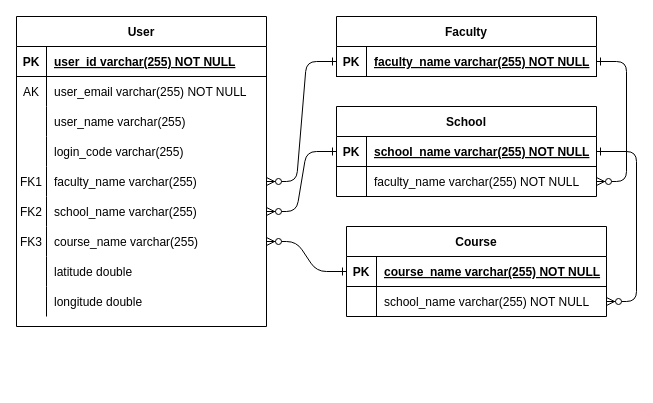
Earlier version of the draw.io diagram page "Page-1" (1 of 2) of Graduation-Gathering/ERD.drawio (AdamMurray22/Graduation-Gathering). Source tidied: cells renumbered, new cells numbered last; positions are measured from the earlier drawing's top-left corner, leaving out a move shared by most shapes. Both pictures are drawn from the tidied source at 100%, with x=0, y=0 at pixel (16, 16).
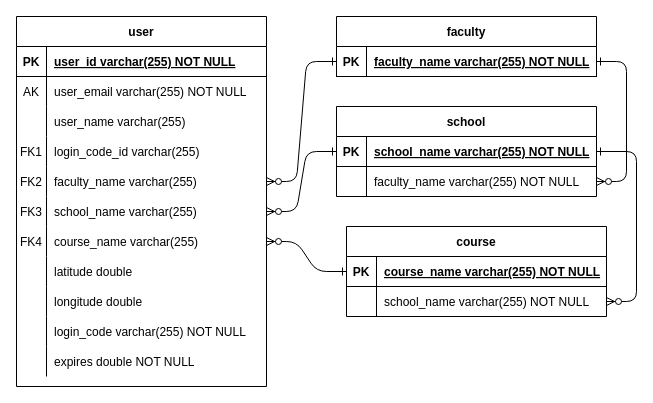
The same diagram, later.

The change refers to these unchanged cells:
```xml
<mxCell id="12" style="shape=partialRectangle;fillColor=none;top=0;left=0;right=0;bottom=0;" parent="2" vertex="1">
  <mxGeometry y="120" width="250" height="30" as="geometry" />
</mxCell>
```

Diff of the diagram source:
```diff
@@
-    <mxCell id="2" value="User" style="shape=table;startSize=30;childLayout=tableLayout;rowLines=0;fontStyle=1;align=center;" parent="1" vertex="1">
-      <mxGeometry width="250" height="310" as="geometry" />
+    <mxCell id="2" value="user" style="shape=table;startSize=30;childLayout=tableLayout;rowLines=0;fontStyle=1;align=center;" parent="1" vertex="1">
+      <mxGeometry width="250" height="370" as="geometry" />
     </mxCell>
@@
-    <mxCell id="14" value="login_code varchar(255)" style="shape=partialRectangle;overflow=hidden;fillColor=none;top=0;left=0;bottom=0;right=0;align=left;spacingLeft=6;" parent="12" vertex="1">
+    <mxCell id="14" value="login_code_id varchar(255)" style="shape=partialRectangle;overflow=hidden;fillColor=none;top=0;left=0;bottom=0;right=0;align=left;spacingLeft=6;" parent="12" vertex="1">
       <mxGeometry x="30" width="220" height="30" as="geometry" />
     </mxCell>
@@
+    <mxCell id="56" style="shape=partialRectangle;fillColor=none;top=0;left=0;right=0;bottom=0;" parent="2" vertex="1">
+      <mxGeometry y="300" width="250" height="30" as="geometry" />
+    </mxCell>
+    <mxCell id="57" style="shape=partialRectangle;overflow=hidden;fillColor=none;top=0;left=0;bottom=0;right=0;" parent="56" vertex="1">
+      <mxGeometry width="30" height="30" as="geometry" />
+    </mxCell>
+    <mxCell id="58" value="login_code varchar(255) NOT NULL" style="shape=partialRectangle;overflow=hidden;fillColor=none;top=0;left=0;bottom=0;right=0;align=left;spacingLeft=6;" parent="56" vertex="1">
+      <mxGeometry x="30" width="220" height="30" as="geometry" />
+    </mxCell>
+    <mxCell id="59" style="shape=partialRectangle;fillColor=none;top=0;left=0;right=0;bottom=0;" parent="2" vertex="1">
+      <mxGeometry y="330" width="250" height="30" as="geometry" />
+    </mxCell>
+    <mxCell id="60" style="shape=partialRectangle;overflow=hidden;fillColor=none;top=0;left=0;bottom=0;right=0;" parent="59" vertex="1">
+      <mxGeometry width="30" height="30" as="geometry" />
+    </mxCell>
+    <mxCell id="61" value="expires double NOT NULL" style="shape=partialRectangle;overflow=hidden;fillColor=none;top=0;left=0;bottom=0;right=0;align=left;spacingLeft=6;" parent="59" vertex="1">
+      <mxGeometry x="30" width="220" height="30" as="geometry" />
+    </mxCell>
-    <mxCell id="30" value="Faculty" style="shape=table;startSize=30;childLayout=tableLayout;rowLines=0;fontStyle=1;align=center;" parent="1" vertex="1">
+    <mxCell id="30" value="faculty" style="shape=table;startSize=30;childLayout=tableLayout;rowLines=0;fontStyle=1;align=center;" parent="1" vertex="1">
       <mxGeometry x="320" width="260" height="60" as="geometry" />
     </mxCell>
@@
     <mxCell id="34" value="FK1" style="shape=partialRectangle;overflow=hidden;fillColor=none;top=0;left=0;bottom=0;right=0;" parent="1" vertex="1">
-      <mxGeometry y="150" width="30" height="30" as="geometry" />
+      <mxGeometry y="120" width="30" height="30" as="geometry" />
     </mxCell>
-    <mxCell id="35" value="School" style="shape=table;startSize=30;childLayout=tableLayout;rowLines=0;fontStyle=1;align=center;" parent="1" vertex="1">
+    <mxCell id="35" value="school" style="shape=table;startSize=30;childLayout=tableLayout;rowLines=0;fontStyle=1;align=center;" parent="1" vertex="1">
       <mxGeometry x="320" y="90" width="260" height="90" as="geometry" />
     </mxCell>
@@
-    <mxCell id="43" value="Course" style="shape=table;startSize=30;childLayout=tableLayout;rowLines=0;fontStyle=1;align=center;" parent="1" vertex="1">
+    <mxCell id="43" value="course" style="shape=table;startSize=30;childLayout=tableLayout;rowLines=0;fontStyle=1;align=center;" parent="1" vertex="1">
       <mxGeometry x="330" y="210" width="260" height="90" as="geometry" />
     </mxCell>
@@
     <mxCell id="54" value="FK2" style="shape=partialRectangle;overflow=hidden;fillColor=none;top=0;left=0;bottom=0;right=0;" parent="1" vertex="1">
-      <mxGeometry y="180" width="30" height="30" as="geometry" />
+      <mxGeometry y="150" width="30" height="30" as="geometry" />
     </mxCell>
     <mxCell id="55" value="FK3" style="shape=partialRectangle;overflow=hidden;fillColor=none;top=0;left=0;bottom=0;right=0;" parent="1" vertex="1">
-      <mxGeometry y="210" width="30" height="30" as="geometry" />
+      <mxGeometry y="180" width="30" height="30" as="geometry" />
     </mxCell>
+    <mxCell id="62" value="FK4" style="shape=partialRectangle;overflow=hidden;fillColor=none;top=0;left=0;bottom=0;right=0;" parent="1" vertex="1">
+      <mxGeometry y="210" width="30" height="30" as="geometry" />
+    </mxCell>
```
